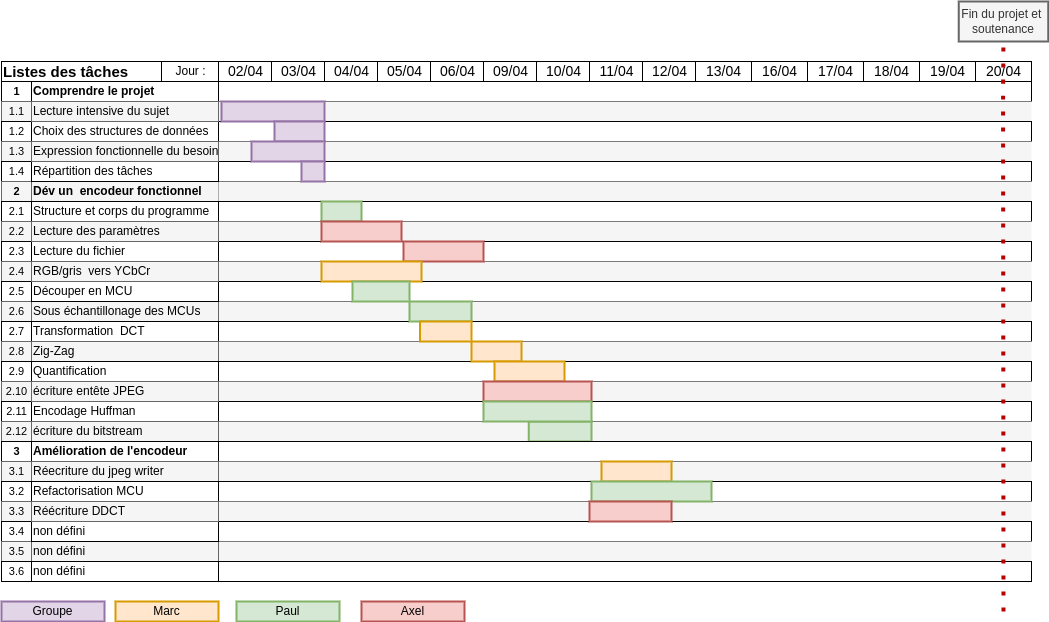
Above: docs/Gantt.drawio.png in Paul-vrn/jpeg-encoder (draw.io), before the change. Source tidied: cells renumbered, new cells last; positions are measured from the earlier drawing's top-left corner, leaving out a move shared by most shapes.
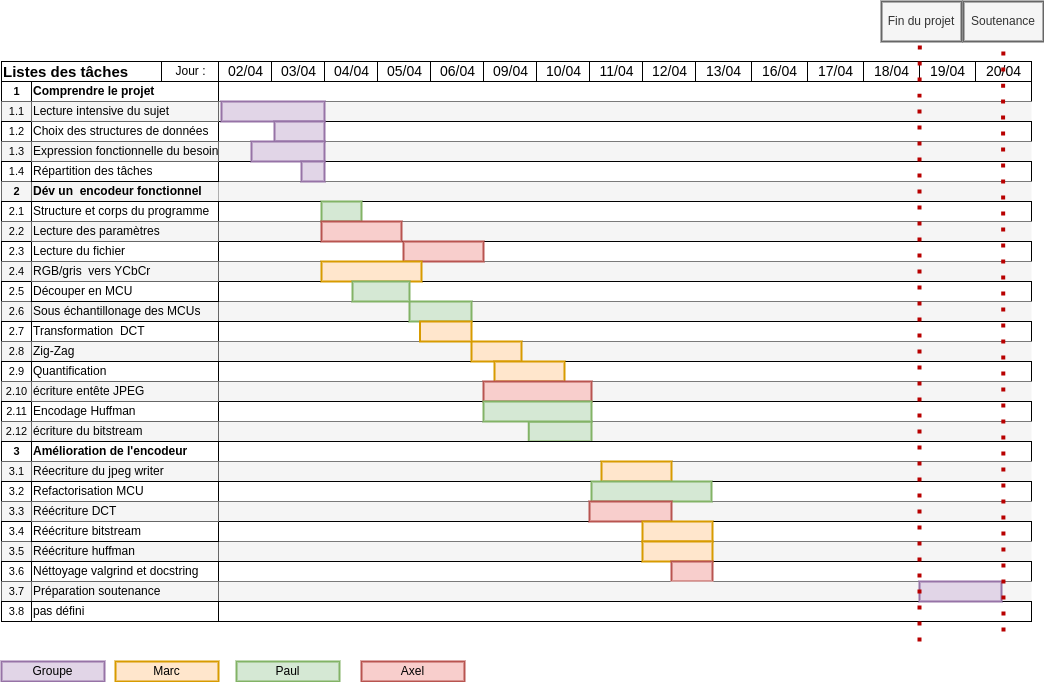
The same file after the commit.

Change to the diagram source:
```diff
@@ -225,16 +225,16 @@
       <mxGeometry x="300" y="160" width="23" height="20" as="geometry" />
     </mxCell>
     <mxCell id="76" value="Groupe" style="rounded=0;whiteSpace=wrap;html=1;fillColor=#e1d5e7;strokeColor=#9673a6;strokeWidth=2;" parent="1" vertex="1">
-      <mxGeometry y="600" width="103" height="20" as="geometry" />
+      <mxGeometry y="660" width="103" height="20" as="geometry" />
     </mxCell>
     <mxCell id="77" value="Marc" style="rounded=0;whiteSpace=wrap;html=1;fillColor=#ffe6cc;strokeColor=#d79b00;strokeWidth=2;" parent="1" vertex="1">
-      <mxGeometry x="114" y="600" width="103" height="20" as="geometry" />
+      <mxGeometry x="114" y="660" width="103" height="20" as="geometry" />
     </mxCell>
     <mxCell id="78" value="Paul" style="rounded=0;whiteSpace=wrap;html=1;fillColor=#d5e8d4;strokeColor=#82b366;strokeWidth=2;" parent="1" vertex="1">
-      <mxGeometry x="235" y="600" width="103" height="20" as="geometry" />
+      <mxGeometry x="235" y="660" width="103" height="20" as="geometry" />
     </mxCell>
     <mxCell id="79" value="Axel" style="rounded=0;whiteSpace=wrap;html=1;fillColor=#f8cecc;strokeColor=#b85450;strokeWidth=2;" parent="1" vertex="1">
-      <mxGeometry x="360" y="600" width="103" height="20" as="geometry" />
+      <mxGeometry x="360" y="660" width="103" height="20" as="geometry" />
     </mxCell>
     <mxCell id="80" style="rounded=0;whiteSpace=wrap;html=1;fillColor=#f8cecc;strokeColor=#b85450;strokeWidth=2;" parent="1" vertex="1">
       <mxGeometry x="402" y="240" width="80" height="20" as="geometry" />
@@ -311,37 +311,24 @@
     <mxCell id="104" style="align=left;html=1;" parent="1" vertex="1">
       <mxGeometry x="217" y="560" width="813" height="20" as="geometry" />
     </mxCell>
-    <mxCell id="105" value="non défini" style="align=left;html=1;strokeColor=#666666;perimeterSpacing=0;fillColor=#f5f5f5;" parent="1" vertex="1">
+    <mxCell id="105" value="Réécriture huffman" style="align=left;html=1;strokeColor=#666666;perimeterSpacing=0;fillColor=#f5f5f5;" parent="1" vertex="1">
       <mxGeometry x="30" y="540" width="187" height="20" as="geometry" />
     </mxCell>
-    <mxCell id="106" value="non défini" style="align=left;html=1;perimeterSpacing=0;" parent="1" vertex="1">
+    <mxCell id="106" value="Réécriture bitstream" style="align=left;html=1;perimeterSpacing=0;" parent="1" vertex="1">
       <mxGeometry x="30" y="520" width="187" height="20" as="geometry" />
     </mxCell>
     <mxCell id="107" value="Refactorisation MCU" style="align=left;html=1;perimeterSpacing=0;" parent="1" vertex="1">
       <mxGeometry x="30" y="480" width="187" height="20" as="geometry" />
     </mxCell>
-    <mxCell id="108" value="Réécriture DDCT" style="align=left;html=1;strokeColor=#666666;perimeterSpacing=0;fillColor=#f5f5f5;" parent="1" vertex="1">
+    <mxCell id="108" value="Réécriture DCT" style="align=left;html=1;strokeColor=#666666;perimeterSpacing=0;fillColor=#f5f5f5;" parent="1" vertex="1">
       <mxGeometry x="30" y="500" width="187" height="20" as="geometry" />
     </mxCell>
-    <mxCell id="109" value="non défini" style="align=left;html=1;perimeterSpacing=0;" parent="1" vertex="1">
+    <mxCell id="109" value="Néttoyage valgrind et docstring" style="align=left;html=1;perimeterSpacing=0;" parent="1" vertex="1">
       <mxGeometry x="30" y="560" width="187" height="20" as="geometry" />
     </mxCell>
     <mxCell id="110" style="rounded=0;whiteSpace=wrap;html=1;fillColor=#ffe6cc;strokeColor=#d79b00;strokeWidth=2;" parent="1" vertex="1">
       <mxGeometry x="600" y="460" width="70" height="20" as="geometry" />
     </mxCell>
-    <mxCell id="111" style="endArrow=none;dashed=1;html=1;dashPattern=1 3;strokeWidth=4;fontSize=12;fillColor=#f8cecc;strokeColor=#B80000;" parent="1" edge="1">
-      <mxGeometry relative="1" as="geometry">
-        <mxPoint x="1002" y="610" as="sourcePoint" />
-        <mxPoint x="1002" y="30" as="targetPoint" />
-        <Array as="points">
-          <mxPoint x="1001.6" y="110.8" />
-          <mxPoint x="1001.6" y="90.8" />
-        </Array>
-      </mxGeometry>
-    </mxCell>
-    <mxCell id="112" value="Fin du projet et&amp;nbsp; soutenance" style="rounded=0;whiteSpace=wrap;html=1;strokeWidth=2;fillColor=#f5f5f5;fontColor=#333333;strokeColor=#666666;" parent="1" vertex="1">
-      <mxGeometry x="957.2" width="89.5" height="40" as="geometry" />
-    </mxCell>
     <mxCell id="113" style="rounded=0;whiteSpace=wrap;html=1;fillColor=#f8cecc;strokeColor=#b85450;strokeWidth=2;" parent="1" vertex="1">
       <mxGeometry x="320" y="220" width="80" height="20" as="geometry" />
     </mxCell>
@@ -363,5 +350,61 @@
     <mxCell id="119" style="rounded=0;whiteSpace=wrap;html=1;fillColor=#f8cecc;strokeColor=#b85450;strokeWidth=2;" parent="1" vertex="1">
       <mxGeometry x="588" y="500" width="82" height="20" as="geometry" />
     </mxCell>
+    <mxCell id="120" style="rounded=0;whiteSpace=wrap;html=1;fillColor=#ffe6cc;strokeColor=#d79b00;strokeWidth=2;" parent="1" vertex="1">
+      <mxGeometry x="641" y="520" width="70" height="20" as="geometry" />
+    </mxCell>
+    <mxCell id="121" style="rounded=0;whiteSpace=wrap;html=1;fillColor=#ffe6cc;strokeColor=#d79b00;strokeWidth=2;" parent="1" vertex="1">
+      <mxGeometry x="641" y="540" width="70" height="20" as="geometry" />
+    </mxCell>
+    <mxCell id="122" style="rounded=0;whiteSpace=wrap;html=1;fillColor=#f8cecc;strokeColor=#b85450;strokeWidth=2;" parent="1" vertex="1">
+      <mxGeometry x="670" y="560" width="41" height="20" as="geometry" />
+    </mxCell>
+    <mxCell id="123" value="3.7" style="strokeWidth=1;fontStyle=0;html=1;verticalAlign=middle;align=center;strokeColor=#666666;fontColor=#000000;fillColor=#f5f5f5;fontSize=11;fontFamily=Helvetica;" parent="1" vertex="1">
+      <mxGeometry y="580" width="30" height="20" as="geometry" />
+    </mxCell>
+    <mxCell id="124" value="3.8" style="strokeWidth=1;fontStyle=0;html=1;verticalAlign=middle;align=center;fontSize=11;fontFamily=Helvetica;fontColor=#000000;" parent="1" vertex="1">
+      <mxGeometry y="600" width="30" height="20" as="geometry" />
+    </mxCell>
+    <mxCell id="125" style="align=left;html=1;fillColor=#f5f5f5;fontColor=#333333;strokeColor=none;" parent="1" vertex="1">
+      <mxGeometry x="217" y="580" width="813" height="20" as="geometry" />
+    </mxCell>
+    <mxCell id="126" style="align=left;html=1;" parent="1" vertex="1">
+      <mxGeometry x="217" y="600" width="813" height="20" as="geometry" />
+    </mxCell>
+    <mxCell id="127" value="Préparation soutenance" style="align=left;html=1;strokeColor=#666666;perimeterSpacing=0;fillColor=#f5f5f5;" parent="1" vertex="1">
+      <mxGeometry x="30" y="580" width="187" height="20" as="geometry" />
+    </mxCell>
+    <mxCell id="128" value="pas défini" style="align=left;html=1;perimeterSpacing=0;" parent="1" vertex="1">
+      <mxGeometry x="30" y="600" width="187" height="20" as="geometry" />
+    </mxCell>
+    <mxCell id="129" style="rounded=0;whiteSpace=wrap;html=1;fillColor=#e1d5e7;strokeColor=#9673a6;strokeWidth=2;" parent="1" vertex="1">
+      <mxGeometry x="918" y="580" width="82" height="20" as="geometry" />
+    </mxCell>
+    <mxCell id="130" style="endArrow=none;dashed=1;html=1;dashPattern=1 3;strokeWidth=4;fontSize=12;fillColor=#f8cecc;strokeColor=#B80000;" parent="1" edge="1">
+      <mxGeometry relative="1" as="geometry">
+        <mxPoint x="918" y="640" as="sourcePoint" />
+        <mxPoint x="918.4" y="30" as="targetPoint" />
+        <Array as="points">
+          <mxPoint x="918" y="110.8" />
+          <mxPoint x="918" y="90.8" />
+        </Array>
+      </mxGeometry>
+    </mxCell>
+    <mxCell id="111" style="endArrow=none;dashed=1;html=1;dashPattern=1 3;strokeWidth=4;fontSize=12;fillColor=#f8cecc;strokeColor=#B80000;" parent="1" edge="1">
+      <mxGeometry relative="1" as="geometry">
+        <mxPoint x="1002" y="630" as="sourcePoint" />
+        <mxPoint x="1002" y="30" as="targetPoint" />
+        <Array as="points">
+          <mxPoint x="1001.6" y="110.8" />
+          <mxPoint x="1001.6" y="90.8" />
+        </Array>
+      </mxGeometry>
+    </mxCell>
+    <mxCell id="112" value="Soutenance" style="rounded=0;whiteSpace=wrap;html=1;strokeWidth=2;fillColor=#f5f5f5;fontColor=#333333;strokeColor=#666666;" parent="1" vertex="1">
+      <mxGeometry x="962" width="80" height="40" as="geometry" />
+    </mxCell>
+    <mxCell id="131" value="Fin du projet" style="rounded=0;whiteSpace=wrap;html=1;strokeWidth=2;fillColor=#f5f5f5;fontColor=#333333;strokeColor=#666666;" parent="1" vertex="1">
+      <mxGeometry x="880" width="80" height="40" as="geometry" />
+    </mxCell>
   </root>
 </mxGraphModel>
```
